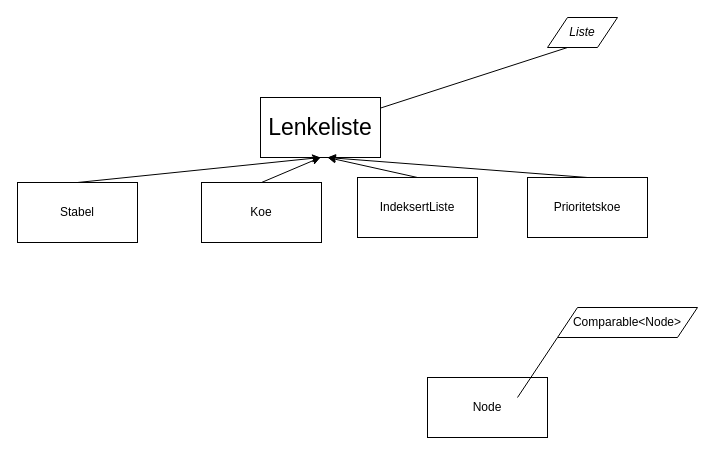
Earlier version of the draw.io diagram obliger/3_oblig3/Klassehierarkier.drawio (jsaabel/IN1010). Source tidied: cells renumbered, new cells numbered last; positions are measured from the earlier drawing's top-left corner, leaving out a move shared by most shapes. Both pictures are drawn from the tidied source at 100%, with x=0, y=0 at pixel (17, 17).
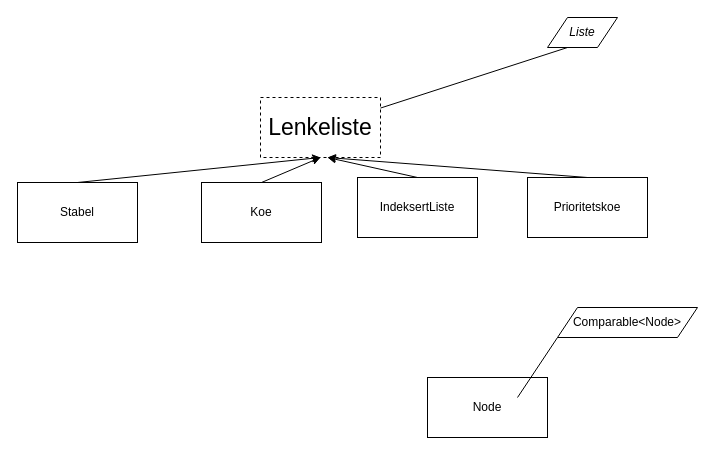
After the change.

Diff of the diagram source:
```diff
@@
 <mxGraphModel>
   <root>
     <mxCell id="0" />
     <mxCell id="1" parent="0" />
-    <mxCell id="2" value="Lenkeliste" style="rounded=0;whiteSpace=wrap;html=1;fontSize=23;" parent="1" vertex="1">
+    <mxCell id="2" value="Lenkeliste" style="rounded=0;whiteSpace=wrap;html=1;fontSize=23;dashed=1;" parent="1" vertex="1">
       <mxGeometry x="243" y="80" width="120" height="60" as="geometry" />
     </mxCell>
     <mxCell id="3" value="Stabel" style="rounded=0;whiteSpace=wrap;html=1;fontSize=12;" parent="1" vertex="1">
       <mxGeometry y="165" width="120" height="60" as="geometry" />
     </mxCell>
     <mxCell id="4" value="Koe" style="rounded=0;whiteSpace=wrap;html=1;fontSize=12;" parent="1" vertex="1">
       <mxGeometry x="184" y="165" width="120" height="60" as="geometry" />
     </mxCell>
     <mxCell id="5" value="Prioritetskoe" style="rounded=0;whiteSpace=wrap;html=1;fontSize=12;" parent="1" vertex="1">
       <mxGeometry x="510" y="160" width="120" height="60" as="geometry" />
     </mxCell>
     <mxCell id="6" value="IndeksertListe" style="rounded=0;whiteSpace=wrap;html=1;fontSize=12;" parent="1" vertex="1">
       <mxGeometry x="340" y="160" width="120" height="60" as="geometry" />
     </mxCell>
     <mxCell id="7" style="endArrow=classic;html=1;rounded=0;fontSize=12;entryX=0.5;entryY=1;entryDx=0;entryDy=0;exitX=0.5;exitY=0;exitDx=0;exitDy=0;" parent="1" edge="1" source="3" target="2">
       <mxGeometry relative="1" as="geometry" />
     </mxCell>
     <mxCell id="8" style="endArrow=classic;html=1;rounded=0;fontSize=12;exitX=0.5;exitY=0;exitDx=0;exitDy=0;entryX=0.5;entryY=1;entryDx=0;entryDy=0;" parent="1" edge="1" source="4" target="2">
       <mxGeometry relative="1" as="geometry" />
     </mxCell>
     <mxCell id="9" style="endArrow=classic;html=1;rounded=0;fontSize=12;exitX=0.5;exitY=0;exitDx=0;exitDy=0;" parent="1" edge="1" source="5">
       <mxGeometry relative="1" as="geometry">
         <mxPoint x="310" y="140" as="targetPoint" />
       </mxGeometry>
     </mxCell>
     <mxCell id="10" style="endArrow=classic;html=1;rounded=0;fontSize=12;exitX=0.5;exitY=0;exitDx=0;exitDy=0;" parent="1" edge="1" source="6">
       <mxGeometry relative="1" as="geometry">
         <mxPoint x="310" y="140" as="targetPoint" />
       </mxGeometry>
     </mxCell>
     <mxCell id="11" value="&lt;i&gt;Liste&lt;/i&gt;" style="shape=parallelogram;perimeter=parallelogramPerimeter;whiteSpace=wrap;html=1;fixedSize=1;fontSize=12;" parent="1" vertex="1">
       <mxGeometry x="530" width="70" height="30" as="geometry" />
     </mxCell>
     <mxCell id="12" value="Node" style="rounded=0;whiteSpace=wrap;html=1;" parent="1" vertex="1">
       <mxGeometry x="410" y="360" width="120" height="60" as="geometry" />
     </mxCell>
     <mxCell id="13" value="Comparable&amp;lt;Node&amp;gt;" style="shape=parallelogram;perimeter=parallelogramPerimeter;whiteSpace=wrap;html=1;fixedSize=1;fontSize=12;" parent="1" vertex="1">
       <mxGeometry x="540" y="290" width="140" height="30" as="geometry" />
     </mxCell>
     <mxCell id="14" style="endArrow=none;html=1;rounded=0;" parent="1" edge="1" source="2">
       <mxGeometry relative="1" as="geometry">
         <mxPoint x="550" y="30" as="targetPoint" />
       </mxGeometry>
     </mxCell>
     <mxCell id="15" style="endArrow=none;html=1;rounded=0;entryX=0;entryY=1;entryDx=0;entryDy=0;" parent="1" edge="1" target="13">
       <mxGeometry relative="1" as="geometry">
         <mxPoint x="500" y="380" as="sourcePoint" />
       </mxGeometry>
     </mxCell>
   </root>
 </mxGraphModel>
```
